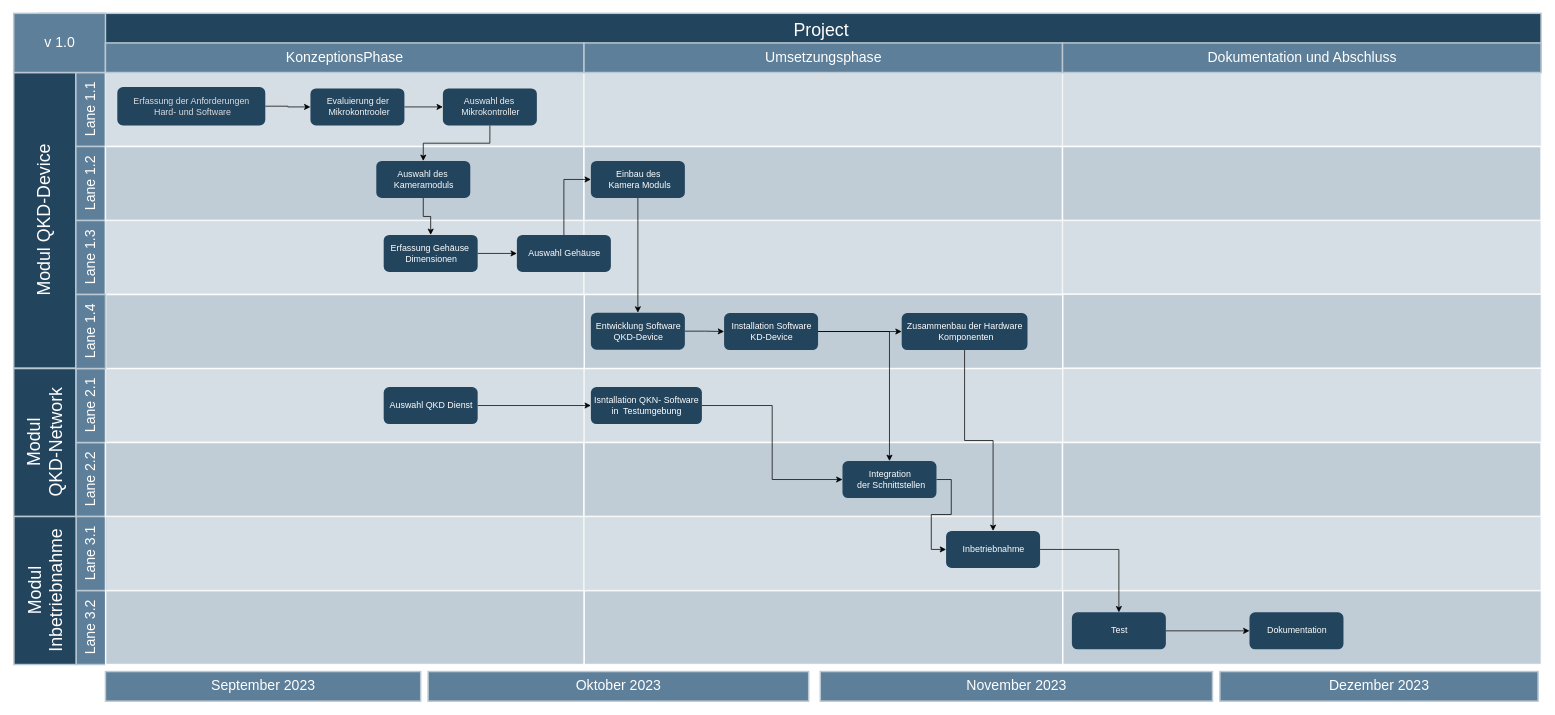
Earlier version of the draw.io diagram gantdiagram.drawio (AlexanderRoempke/drawings). Source tidied: cells renumbered, new cells numbered last; positions are measured from the earlier drawing's top-left corner, leaving out a move shared by most shapes. Both pictures are drawn from the tidied source at 74%, with x=0, y=0 at pixel (13, 13).
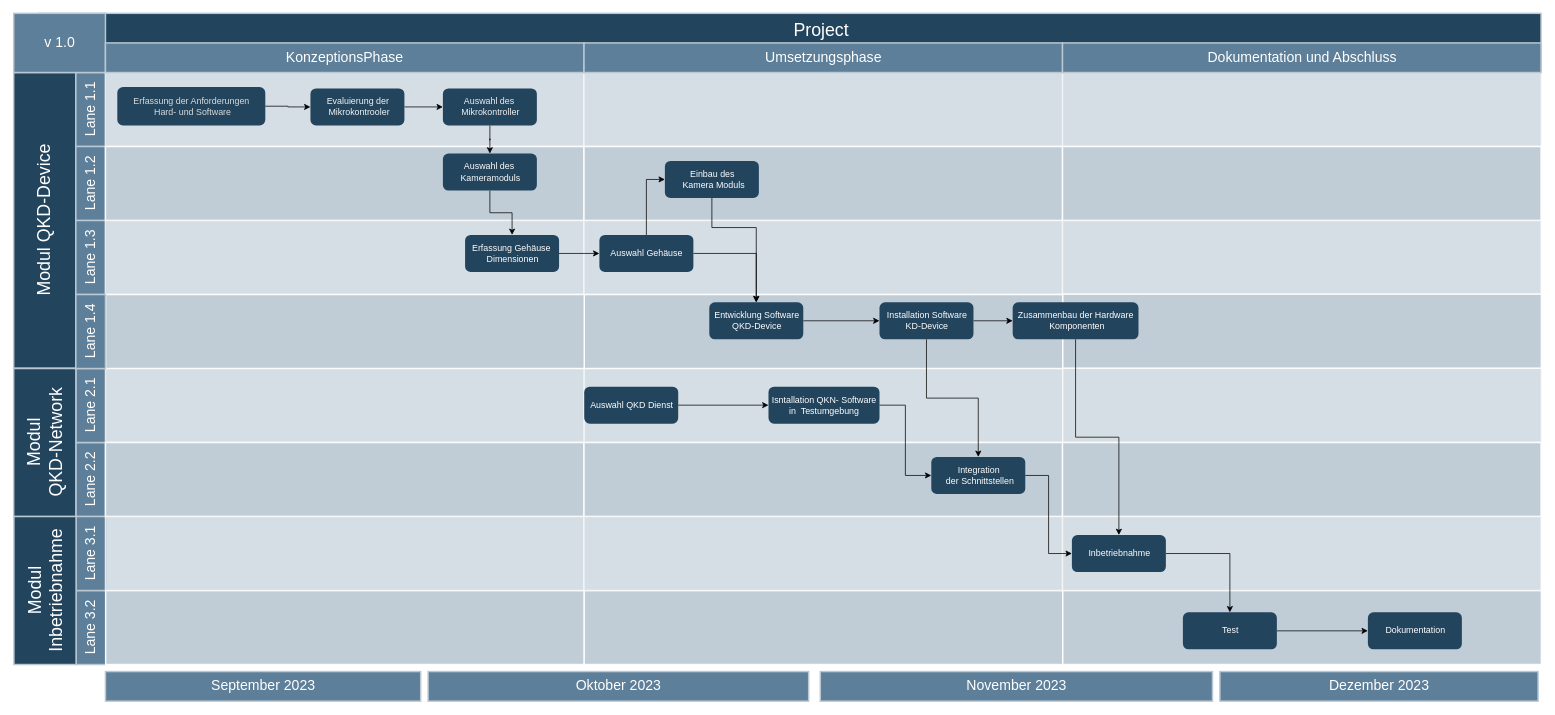
After the change.

Diff of the diagram source:
```diff
@@
     <mxCell id="46" value="&lt;div&gt;&lt;font color=&quot;#fcfcfc&quot;&gt;Auswahl des&amp;nbsp;&lt;/font&gt;&lt;/div&gt;&lt;div&gt;&lt;font color=&quot;#fcfcfc&quot;&gt;Kameramoduls&lt;/font&gt;&lt;/div&gt;" style="rounded=1;fillColor=#23445D;strokeColor=none;strokeWidth=2;fontFamily=Helvetica;html=1;gradientColor=none;" parent="1" vertex="1">
-      <mxGeometry x="490" y="200" width="127" height="50" as="geometry" />
+      <mxGeometry x="580" y="190" width="127" height="50" as="geometry" />
     </mxCell>
+    <mxCell id="48" style="strokeColor=#FFFFFF;fillColor=#BAC8D3;fontSize=18;strokeWidth=2;fontFamily=Helvetica;html=1;opacity=90;" parent="1" vertex="1">
+      <mxGeometry x="771" y="380.5" width="646.7" height="100" as="geometry" />
+    </mxCell>
+    <mxCell id="79" style="edgeStyle=orthogonalEdgeStyle;rounded=0;jettySize=auto;html=1;entryX=0.5;entryY=0;entryDx=0;entryDy=0;" parent="1" edge="1" source="47" target="67">
+      <mxGeometry relative="1" as="geometry">
+        <Array as="points">
+          <mxPoint x="944" y="290" />
+          <mxPoint x="1004" y="290" />
+        </Array>
+      </mxGeometry>
+    </mxCell>
     <mxCell id="47" value="&lt;div&gt;&lt;font&gt;Einbau des&lt;/font&gt;&lt;/div&gt;&lt;div&gt;&lt;font&gt;&amp;nbsp;Kamera Moduls&lt;/font&gt;&lt;/div&gt;" style="rounded=1;fillColor=#23445D;strokeColor=none;strokeWidth=2;fontFamily=Helvetica;html=1;gradientColor=none;fontColor=#FFFFFF;" parent="1" vertex="1">
-      <mxGeometry x="780" y="200" width="127" height="50" as="geometry" />
+      <mxGeometry x="880" y="200" width="127" height="50" as="geometry" />
     </mxCell>
-    <mxCell id="48" style="strokeColor=#FFFFFF;fillColor=#BAC8D3;fontSize=18;strokeWidth=2;fontFamily=Helvetica;html=1;opacity=90;" parent="1" vertex="1">
-      <mxGeometry x="771" y="380.5" width="646.7" height="100" as="geometry" />
-    </mxCell>
-    <mxCell id="49" style="edgeStyle=orthogonalEdgeStyle;rounded=0;jettySize=auto;html=1;" parent="1" edge="1" source="47" target="67">
+    <mxCell id="49" style="edgeStyle=orthogonalEdgeStyle;rounded=0;jettySize=auto;html=1;" parent="1" edge="1" source="60" target="67">
       <mxGeometry relative="1" as="geometry" />
     </mxCell>
@@
     <mxCell id="58" value="&lt;div&gt;Erfassung Gehäuse&amp;nbsp;&lt;/div&gt;&lt;div&gt;Dimensionen&lt;/div&gt;" style="rounded=1;fillColor=#23445D;strokeColor=none;strokeWidth=2;fontFamily=Helvetica;html=1;gradientColor=none;fontColor=#FFFFFF;" parent="1" vertex="1">
-      <mxGeometry x="500" y="300" width="127" height="50" as="geometry" />
+      <mxGeometry x="610" y="300" width="127" height="50" as="geometry" />
     </mxCell>
@@
-    <mxCell id="60" value="Auswahl Gehäuse" style="rounded=1;fillColor=#23445D;strokeColor=none;strokeWidth=2;fontFamily=Helvetica;html=1;gradientColor=none;fontColor=#FFFFFF;" parent="1" vertex="1">
-      <mxGeometry x="680" y="300" width="127" height="50" as="geometry" />
-    </mxCell>
@@
     <mxCell id="63" value="&lt;div&gt;Installation Software&lt;/div&gt;&lt;div&gt;KD-Device&lt;/div&gt;" style="rounded=1;fillColor=#23445D;strokeColor=none;strokeWidth=2;fontFamily=Helvetica;html=1;gradientColor=none;fontColor=#FFFFFF;" parent="1" vertex="1">
-      <mxGeometry x="960" y="405.5" width="127" height="50" as="geometry" />
+      <mxGeometry x="1170" y="391" width="127" height="50" as="geometry" />
     </mxCell>
@@
     <mxCell id="65" value="Auswahl QKD Dienst" style="rounded=1;fillColor=#23445D;strokeColor=none;strokeWidth=2;fontFamily=Helvetica;html=1;gradientColor=none;fontColor=#FFFFFF;" parent="1" vertex="1">
-      <mxGeometry x="500" y="505.5" width="127" height="50" as="geometry" />
+      <mxGeometry x="771" y="505" width="127" height="50" as="geometry" />
     </mxCell>
@@
     <mxCell id="67" value="&lt;div&gt;Entwicklung Software&lt;/div&gt;&lt;div&gt;QKD-Device&lt;br&gt;&lt;/div&gt;" style="rounded=1;fillColor=#23445D;strokeColor=none;strokeWidth=2;fontFamily=Helvetica;html=1;gradientColor=none;fontColor=#FFFFFF;" parent="1" vertex="1">
-      <mxGeometry x="780" y="405" width="127" height="50" as="geometry" />
+      <mxGeometry x="940" y="391" width="127" height="50" as="geometry" />
     </mxCell>
@@
     <mxCell id="69" value="&lt;div&gt;Isntallation QKN- Software&lt;/div&gt;&lt;div&gt;in&amp;nbsp; Testumgebung&lt;br&gt;&lt;/div&gt;" style="rounded=1;fillColor=#23445D;strokeColor=none;strokeWidth=2;fontFamily=Helvetica;html=1;gradientColor=none;fontColor=#FFFFFF;" parent="1" vertex="1">
-      <mxGeometry x="780" y="505.5" width="150" height="50" as="geometry" />
+      <mxGeometry x="1020" y="505" width="150" height="50" as="geometry" />
     </mxCell>
@@
     <mxCell id="71" value="&lt;div&gt;Integration&lt;/div&gt;&lt;div&gt;&amp;nbsp;der Schnittstellen&lt;/div&gt;" style="rounded=1;fillColor=#23445D;strokeColor=none;strokeWidth=2;fontFamily=Helvetica;html=1;gradientColor=none;fontColor=#FFFFFF;" parent="1" vertex="1">
-      <mxGeometry x="1120" y="605.5" width="127" height="50" as="geometry" />
+      <mxGeometry x="1240" y="600" width="127" height="50" as="geometry" />
     </mxCell>
@@
     <mxCell id="73" value="Inbetriebnahme" style="rounded=1;fillColor=#23445D;strokeColor=none;strokeWidth=2;fontFamily=Helvetica;html=1;gradientColor=none;fontColor=#FFFFFF;" parent="1" vertex="1">
-      <mxGeometry x="1260" y="700" width="127" height="50" as="geometry" />
+      <mxGeometry x="1430" y="705.5" width="127" height="50" as="geometry" />
     </mxCell>
@@
     <mxCell id="75" value="&lt;div&gt;Zusammenbau der Hardware&lt;/div&gt;&lt;div&gt;&amp;nbsp;Komponenten&lt;br&gt;&lt;/div&gt;" style="rounded=1;fillColor=#23445D;strokeColor=none;strokeWidth=2;fontFamily=Helvetica;html=1;gradientColor=none;fontColor=#FFFFFF;" parent="1" vertex="1">
-      <mxGeometry x="1200" y="405.5" width="170" height="50" as="geometry" />
+      <mxGeometry x="1350" y="391" width="170" height="50" as="geometry" />
     </mxCell>
@@
     <mxCell id="77" value="Test" style="rounded=1;fillColor=#23445D;strokeColor=none;strokeWidth=2;fontFamily=Helvetica;html=1;gradientColor=none;fontColor=#FFFFFF;" parent="1" vertex="1">
-      <mxGeometry x="1430" y="810" width="127" height="50" as="geometry" />
+      <mxGeometry x="1580" y="810" width="127" height="50" as="geometry" />
     </mxCell>
     <mxCell id="78" value="Dokumentation" style="rounded=1;fillColor=#23445D;strokeColor=none;strokeWidth=2;fontFamily=Helvetica;html=1;gradientColor=none;fontColor=#FFFFFF;" parent="1" vertex="1">
-      <mxGeometry x="1670" y="810" width="127" height="50" as="geometry" />
+      <mxGeometry x="1830" y="810" width="127" height="50" as="geometry" />
     </mxCell>
+    <mxCell id="60" value="Auswahl Gehäuse" style="rounded=1;fillColor=#23445D;strokeColor=none;strokeWidth=2;fontFamily=Helvetica;html=1;gradientColor=none;fontColor=#FFFFFF;" parent="1" vertex="1">
+      <mxGeometry x="791.5" y="300" width="127" height="50" as="geometry" />
+    </mxCell>
```
